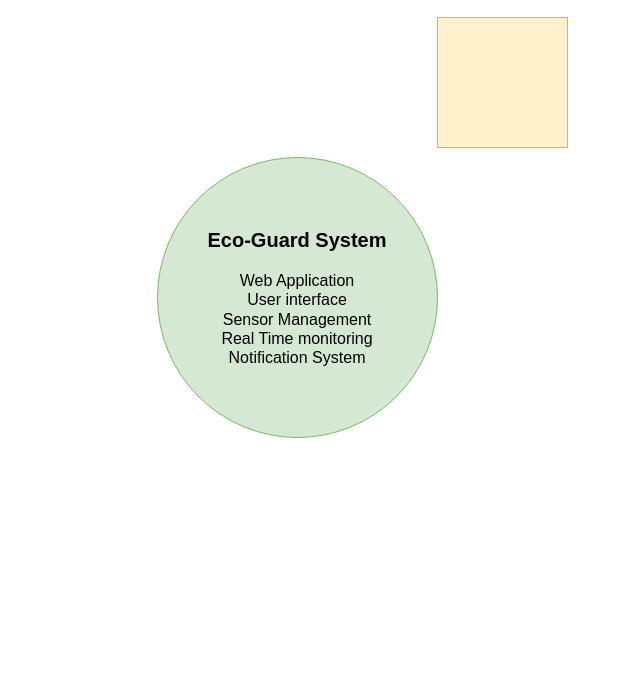
The draw.io diagram page "Context Diagram" (1 of 3) of Untitled Diagram.drawio in danujaysl/Eco-Guard, before the edit. Source tidied: cells renumbered, new cells numbered last; positions are measured from the earlier drawing's top-left corner, leaving out a move shared by most shapes. Both pictures are drawn from the tidied source at 100%, with x=0, y=0 at pixel (157, 17).
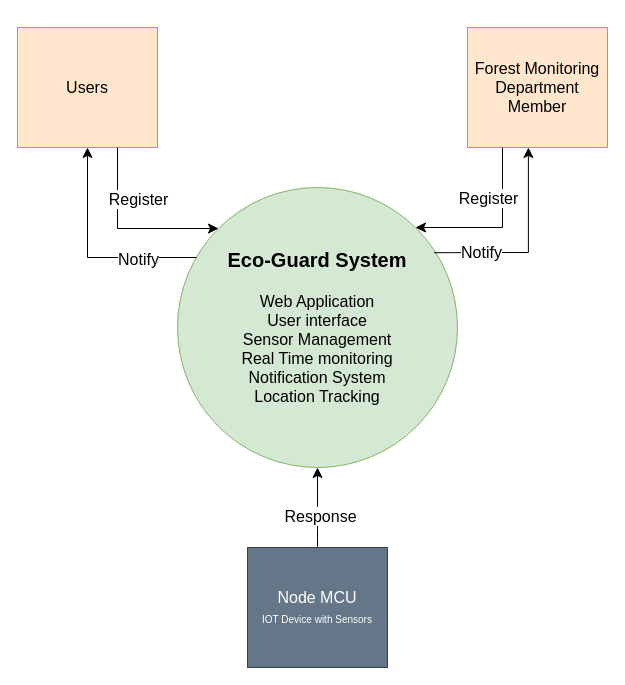
After the change.

Diff of the diagram source:
```diff
@@
-    <mxCell id="2" value="&lt;font style=&quot;border-color: var(--border-color); font-size: 20px;&quot;&gt;&lt;b style=&quot;border-color: var(--border-color);&quot;&gt;Eco-Guard System&lt;br style=&quot;border-color: var(--border-color);&quot;&gt;&lt;/b&gt;&lt;/font&gt;&lt;br style=&quot;border-color: var(--border-color);&quot;&gt;Web Application&lt;br style=&quot;border-color: var(--border-color);&quot;&gt;User interface&lt;br style=&quot;border-color: var(--border-color);&quot;&gt;Sensor Management&lt;br style=&quot;border-color: var(--border-color);&quot;&gt;Real Time monitoring&lt;br style=&quot;border-color: var(--border-color);&quot;&gt;Notification System" style="ellipse;whiteSpace=wrap;html=1;fontSize=16;fillColor=#d5e8d4;strokeColor=#82b366;" parent="1" vertex="1">
-      <mxGeometry y="140" width="280" height="280" as="geometry" />
+    <mxCell id="2" value="&lt;font style=&quot;border-color: var(--border-color); font-size: 20px;&quot;&gt;&lt;b style=&quot;border-color: var(--border-color);&quot;&gt;Eco-Guard System&lt;br style=&quot;border-color: var(--border-color);&quot;&gt;&lt;/b&gt;&lt;/font&gt;&lt;br style=&quot;border-color: var(--border-color);&quot;&gt;Web Application&lt;br style=&quot;border-color: var(--border-color);&quot;&gt;User interface&lt;br style=&quot;border-color: var(--border-color);&quot;&gt;Sensor Management&lt;br style=&quot;border-color: var(--border-color);&quot;&gt;Real Time monitoring&lt;br style=&quot;border-color: var(--border-color);&quot;&gt;Notification System&lt;br&gt;Location Tracking" style="ellipse;whiteSpace=wrap;html=1;fontSize=16;fillColor=#d5e8d4;strokeColor=#82b366;" parent="1" vertex="1">
+      <mxGeometry x="20" y="170" width="280" height="280" as="geometry" />
     </mxCell>
-    <mxCell id="3" style="whiteSpace=wrap;html=1;fontSize=16;fillColor=#fff2cc;strokeColor=#d6b656;" parent="1" vertex="1">
-      <mxGeometry x="280" width="130" height="130" as="geometry" />
+    <mxCell id="3" value="Forest Monitoring&lt;br&gt;Department&lt;br&gt;Member" style="whiteSpace=wrap;html=1;fontSize=16;imageAspect=1;perimeter=rectanglePerimeter;fixedWidth=0;glass=0;fillStyle=auto;gradientDirection=north;fillColor=#ffe6cc;strokeColor=#d79b00;rounded=0;shadow=0;" parent="1" vertex="1">
+      <mxGeometry x="310" y="10" width="140" height="120" as="geometry" />
     </mxCell>
+    <mxCell id="4" value="Users" style="whiteSpace=wrap;html=1;fontSize=16;imageAspect=1;perimeter=rectanglePerimeter;fixedWidth=0;glass=0;fillStyle=auto;gradientDirection=north;fillColor=#ffe6cc;strokeColor=#d79b00;rounded=0;shadow=0;" parent="1" vertex="1">
+      <mxGeometry x="-140" y="10" width="140" height="120" as="geometry" />
+    </mxCell>
+    <mxCell id="5" style="edgeStyle=none;curved=1;rounded=0;jettySize=auto;html=1;entryX=0.5;entryY=1;entryDx=0;entryDy=0;fontSize=12;startSize=8;endSize=8;" parent="1" edge="1" source="7" target="2">
+      <mxGeometry relative="1" as="geometry" />
+    </mxCell>
+    <mxCell id="6" value="Response" style="edgeLabel;html=1;align=center;verticalAlign=middle;fontSize=16;" parent="5" vertex="1">
+      <mxGeometry x="-0.19" y="-2" relative="1" as="geometry" />
+    </mxCell>
+    <mxCell id="7" value="Node MCU&lt;br&gt;&lt;font style=&quot;font-size: 10px;&quot;&gt;IOT Device with Sensors&lt;/font&gt;" style="whiteSpace=wrap;html=1;fontSize=16;imageAspect=1;perimeter=rectanglePerimeter;fixedWidth=0;glass=0;fillStyle=auto;gradientDirection=north;fillColor=#647687;strokeColor=#314354;rounded=0;shadow=0;fontColor=#ffffff;" parent="1" vertex="1">
+      <mxGeometry x="90" y="530" width="140" height="120" as="geometry" />
+    </mxCell>
+    <mxCell id="8" style="edgeStyle=elbowEdgeStyle;elbow=vertical;endArrow=classic;html=1;curved=0;rounded=0;endSize=8;startSize=8;fontSize=12;exitX=0.068;exitY=0.25;exitDx=0;exitDy=0;exitPerimeter=0;" parent="1" edge="1" source="2">
+      <mxGeometry relative="1" as="geometry">
+        <mxPoint x="-70" y="130" as="targetPoint" />
+        <Array as="points">
+          <mxPoint x="-10" y="240" />
+        </Array>
+      </mxGeometry>
+    </mxCell>
+    <mxCell id="9" style="edgeStyle=segmentEdgeStyle;endArrow=classic;html=1;curved=0;rounded=0;endSize=8;startSize=8;fontSize=12;entryX=0;entryY=0;entryDx=0;entryDy=0;" parent="1" edge="1" target="2">
+      <mxGeometry relative="1" as="geometry">
+        <mxPoint x="-40" y="130" as="sourcePoint" />
+        <Array as="points">
+          <mxPoint x="-40" y="130" />
+          <mxPoint x="-40" y="211" />
+        </Array>
+      </mxGeometry>
+    </mxCell>
+    <mxCell id="10" value="Register" style="edgeLabel;html=1;align=center;verticalAlign=middle;fontSize=16;" parent="9" vertex="1">
+      <mxGeometry x="-0.17" y="-1" relative="1" as="geometry">
+        <mxPoint x="21" y="-25" as="offset" />
+      </mxGeometry>
+    </mxCell>
+    <mxCell id="11" value="Notify" style="edgeLabel;html=1;align=center;verticalAlign=middle;fontSize=16;" parent="9" vertex="1">
+      <mxGeometry x="-0.17" y="-1" relative="1" as="geometry">
+        <mxPoint x="21" y="35" as="offset" />
+      </mxGeometry>
+    </mxCell>
+    <mxCell id="12" style="edgeStyle=elbowEdgeStyle;elbow=vertical;endArrow=classic;html=1;curved=0;rounded=0;endSize=8;startSize=8;fontSize=12;entryX=0.435;entryY=1.018;entryDx=0;entryDy=0;entryPerimeter=0;exitX=0.916;exitY=0.233;exitDx=0;exitDy=0;exitPerimeter=0;" parent="1" edge="1" source="2">
+      <mxGeometry relative="1" as="geometry">
+        <mxPoint x="370.9" y="130" as="targetPoint" />
+        <Array as="points">
+          <mxPoint x="330" y="235" />
+        </Array>
+      </mxGeometry>
+    </mxCell>
+    <mxCell id="13" style="edgeStyle=segmentEdgeStyle;endArrow=classic;html=1;curved=0;rounded=0;endSize=8;startSize=8;fontSize=12;exitX=0.25;exitY=1;exitDx=0;exitDy=0;" parent="1" edge="1" source="3" target="2">
+      <mxGeometry relative="1" as="geometry">
+        <Array as="points">
+          <mxPoint x="345" y="210" />
+        </Array>
+      </mxGeometry>
+    </mxCell>
+    <mxCell id="14" value="Register" style="edgeLabel;html=1;align=center;verticalAlign=middle;fontSize=16;" parent="13" vertex="1">
+      <mxGeometry x="-0.17" y="-1" relative="1" as="geometry">
+        <mxPoint x="-14" y="-19" as="offset" />
+      </mxGeometry>
+    </mxCell>
+    <mxCell id="15" value="Notify" style="edgeLabel;html=1;align=center;verticalAlign=middle;fontSize=16;" parent="13" vertex="1">
+      <mxGeometry x="-0.17" y="-1" relative="1" as="geometry">
+        <mxPoint x="-21" y="35" as="offset" />
+      </mxGeometry>
+    </mxCell>
```
